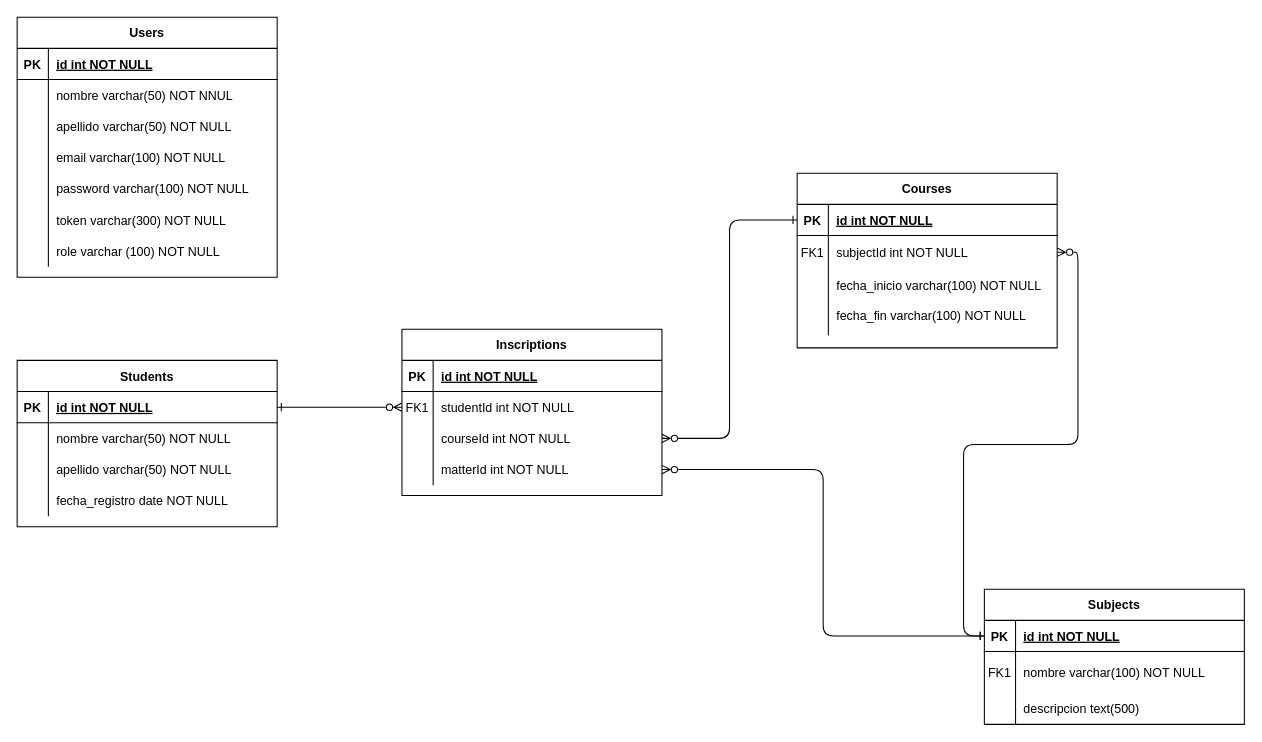
Above: database/docs.drawio in josuebaez61/41190-dashboard (draw.io), before the change. Source tidied: cells renumbered, new cells numbered last; positions are measured from the earlier drawing's top-left corner, leaving out a move shared by most shapes. Both pictures are drawn from the tidied source at 104%, with x=0, y=0 at pixel (17, 17).
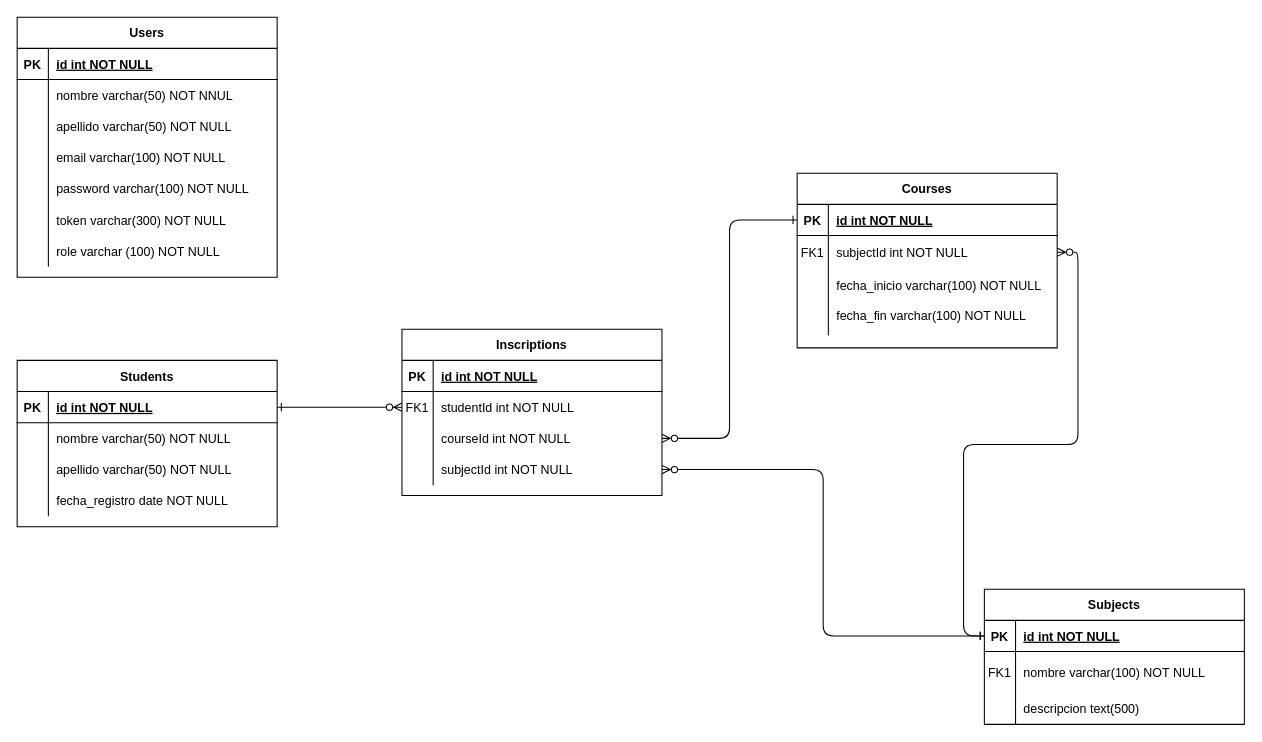
The same diagram, later.

The change refers to these unchanged cells:
```xml
<mxCell id="49" style="shape=partialRectangle;fillColor=none;points=[[0,0.5],[1,0.5]];portConstraint=eastwest;top=0;left=0;right=0;bottom=0;" parent="39" vertex="1">
  <mxGeometry y="120" width="250" height="30" as="geometry" />
</mxCell>
```

The edit, as a diff of the source:
```diff
@@
-    <mxCell id="51" value="matterId int NOT NULL" style="shape=partialRectangle;overflow=hidden;fillColor=none;top=0;left=0;bottom=0;right=0;align=left;spacingLeft=6;" parent="49" vertex="1">
+    <mxCell id="51" value="subjectId int NOT NULL" style="shape=partialRectangle;overflow=hidden;fillColor=none;top=0;left=0;bottom=0;right=0;align=left;spacingLeft=6;" parent="49" vertex="1">
       <mxGeometry x="30" width="220" height="30" as="geometry" />
     </mxCell>
```
